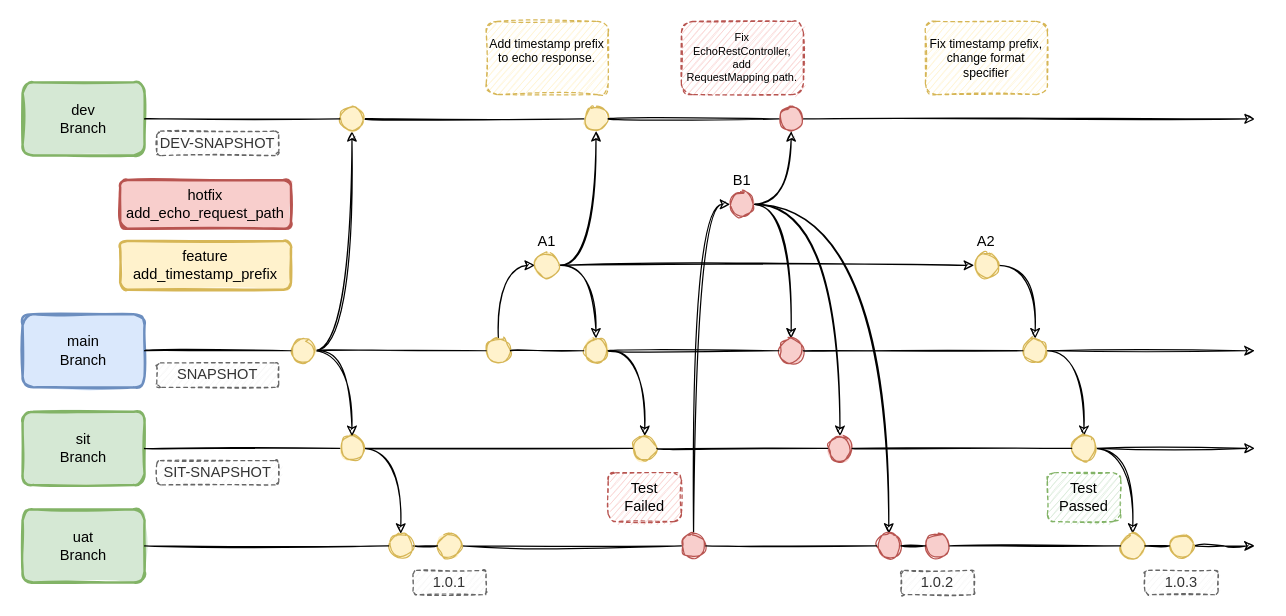
Above: page "05-Hotfix Sample" (6 of 7) of gitlab-flow.drawio in andylke/docs-gitlab-flow (draw.io), before the change. Source tidied: cells renumbered, new cells numbered last; positions are measured from the earlier drawing's top-left corner, leaving out a move shared by most shapes. Both pictures are drawn from the tidied source at 122%, with x=0, y=0 at pixel (22, 21).
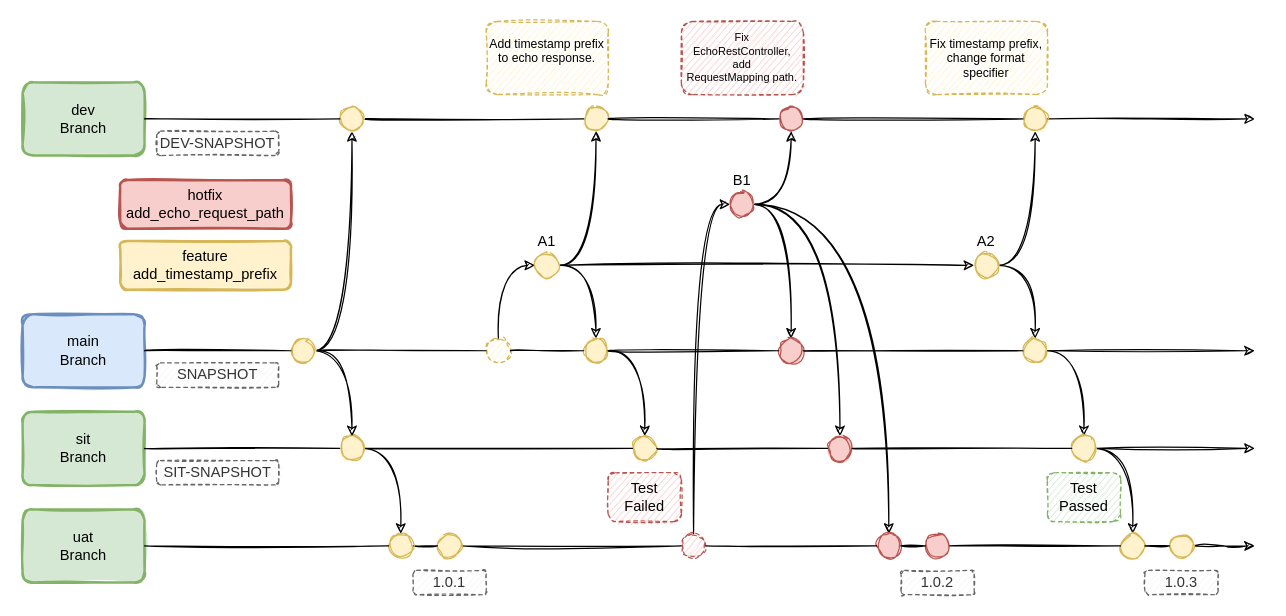
After the change.

Unchanged cells that the change refers to:
```xml
<mxCell id="43" style="ellipse;whiteSpace=wrap;html=1;sketch=1;fillColor=#f8cecc;strokeColor=#b85450;fillStyle=solid;" parent="1" vertex="1">
  <mxGeometry x="620" y="70" width="20" height="20" as="geometry" />
</mxCell>
<mxCell id="65" value="A2" style="ellipse;whiteSpace=wrap;html=1;labelPosition=center;verticalLabelPosition=top;align=center;verticalAlign=bottom;sketch=1;fillColor=#fff2cc;strokeColor=#d6b656;fillStyle=solid;" parent="1" vertex="1">
  <mxGeometry x="780" y="190" width="20" height="20" as="geometry" />
</mxCell>
```

What changed in the source:
```diff
@@
-    <mxCell id="10" style="ellipse;whiteSpace=wrap;html=1;sketch=1;fillColor=#fff2cc;strokeColor=#d6b656;fillStyle=solid;" parent="1" vertex="1">
+    <mxCell id="10" style="ellipse;whiteSpace=wrap;html=1;sketch=1;fillColor=#fff2cc;strokeColor=#d6b656;fillStyle=hachure;dashed=1;" parent="1" vertex="1">
       <mxGeometry x="380" y="260" width="20" height="20" as="geometry" />
     </mxCell>
@@
-    <mxCell id="25" style="edgeStyle=orthogonalEdgeStyle;curved=1;sketch=1;jettySize=auto;html=1;endArrow=classic;endFill=1;startArrow=none;" parent="1" edge="1" source="43">
+    <mxCell id="25" style="edgeStyle=orthogonalEdgeStyle;curved=1;sketch=1;jettySize=auto;html=1;endArrow=classic;endFill=1;startArrow=none;" parent="1" edge="1" source="82">
       <mxGeometry relative="1" as="geometry">
         <mxPoint x="1010" y="80" as="targetPoint" />
       </mxGeometry>
     </mxCell>
@@
-    <mxCell id="30" style="ellipse;whiteSpace=wrap;html=1;sketch=1;fillColor=#f8cecc;strokeColor=#b85450;fillStyle=solid;" parent="1" vertex="1">
+    <mxCell id="30" style="ellipse;whiteSpace=wrap;html=1;sketch=1;fillColor=#f8cecc;strokeColor=#b85450;fillStyle=hachure;dashed=1;" parent="1" vertex="1">
       <mxGeometry x="540" y="420" width="20" height="20" as="geometry" />
     </mxCell>
@@
+    <mxCell id="81" style="edgeStyle=orthogonalEdgeStyle;jettySize=auto;html=1;exitX=1;exitY=0.5;exitDx=0;exitDy=0;entryX=0.5;entryY=1;entryDx=0;entryDy=0;curved=1;sketch=1;" parent="1" edge="1" source="65" target="82">
+      <mxGeometry relative="1" as="geometry" />
+    </mxCell>
@@
+    <mxCell id="82" style="ellipse;whiteSpace=wrap;html=1;sketch=1;fillColor=#fff2cc;strokeColor=#d6b656;fillStyle=solid;" parent="1" vertex="1">
+      <mxGeometry x="820" y="70" width="20" height="20" as="geometry" />
+    </mxCell>
+    <mxCell id="83" style="edgeStyle=orthogonalEdgeStyle;curved=1;sketch=1;jettySize=auto;html=1;endArrow=none;endFill=1;startArrow=none;" parent="1" edge="1" source="43" target="82">
+      <mxGeometry relative="1" as="geometry" />
+    </mxCell>
```
